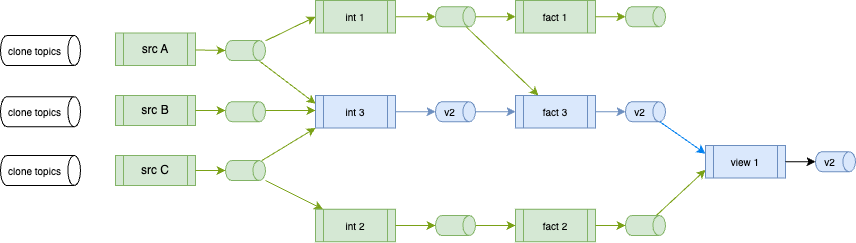
Above: docs/images/bg_2_3.drawio.png in jbcodeforce/shift_left_utils (draw.io), before the change. Source tidied: cells renumbered, new cells last; positions are measured from the earlier drawing's top-left corner, leaving out a move shared by most shapes.
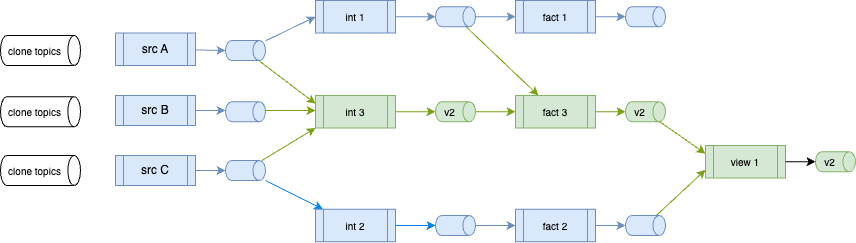
The same file after the commit.

What changed in the source:
```diff
@@ -2,43 +2,43 @@
   <root>
     <mxCell id="0" />
     <mxCell id="1" parent="0" />
-    <mxCell id="2" value="int 3" style="shape=process;whiteSpace=wrap;html=1;backgroundOutline=1;fillColor=#dae8fc;strokeColor=#6c8ebf;fontSize=10;" parent="1" vertex="1">
+    <mxCell id="2" value="int 3" style="shape=process;whiteSpace=wrap;html=1;backgroundOutline=1;fillColor=#d5e8d4;strokeColor=#82b366;fontSize=10;" parent="1" vertex="1">
       <mxGeometry x="290" y="99" width="80" height="32.5" as="geometry" />
     </mxCell>
     <mxCell id="3" style="edgeStyle=none;html=1;entryX=0;entryY=1;entryDx=0;entryDy=0;strokeColor=#7AA116;" parent="1" edge="1" source="5" target="2">
       <mxGeometry relative="1" as="geometry" />
     </mxCell>
-    <mxCell id="4" style="edgeStyle=none;html=1;strokeColor=#7AA116;" parent="1" edge="1" source="5" target="38">
+    <mxCell id="4" style="edgeStyle=none;html=1;strokeColor=#0080F0;" parent="1" edge="1" source="5" target="38">
       <mxGeometry relative="1" as="geometry" />
     </mxCell>
-    <mxCell id="5" style="shape=cylinder3;whiteSpace=wrap;html=1;boundedLbl=1;backgroundOutline=1;size=6.3255615234375;rotation=90;fillColor=#d5e8d4;strokeColor=#82b366;" parent="1" vertex="1">
+    <mxCell id="5" style="shape=cylinder3;whiteSpace=wrap;html=1;boundedLbl=1;backgroundOutline=1;size=6.3255615234375;rotation=90;fillColor=#dae8fc;strokeColor=#6c8ebf;" parent="1" vertex="1">
       <mxGeometry x="210" y="154" width="20" height="40" as="geometry" />
     </mxCell>
-    <mxCell id="6" value="src A" style="shape=process;whiteSpace=wrap;html=1;backgroundOutline=1;fillColor=#d5e8d4;strokeColor=#82b366;" parent="1" vertex="1">
+    <mxCell id="6" value="src A" style="shape=process;whiteSpace=wrap;html=1;backgroundOutline=1;fillColor=#dae8fc;strokeColor=#6c8ebf;" parent="1" vertex="1">
       <mxGeometry x="90" y="36.5" width="80" height="32.5" as="geometry" />
     </mxCell>
-    <mxCell id="7" value="src B" style="shape=process;whiteSpace=wrap;html=1;backgroundOutline=1;fillColor=#d5e8d4;strokeColor=#82b366;" parent="1" vertex="1">
+    <mxCell id="7" value="src B" style="shape=process;whiteSpace=wrap;html=1;backgroundOutline=1;fillColor=#dae8fc;strokeColor=#6c8ebf;" parent="1" vertex="1">
       <mxGeometry x="90" y="99" width="80" height="30" as="geometry" />
     </mxCell>
-    <mxCell id="8" value="fact 2" style="shape=process;whiteSpace=wrap;html=1;backgroundOutline=1;fillColor=#d5e8d4;strokeColor=#82b366;fontSize=10;" parent="1" vertex="1">
+    <mxCell id="8" value="fact 2" style="shape=process;whiteSpace=wrap;html=1;backgroundOutline=1;fillColor=#dae8fc;strokeColor=#6c8ebf;fontSize=10;" parent="1" vertex="1">
       <mxGeometry x="490" y="212.8" width="80" height="32.5" as="geometry" />
     </mxCell>
-    <mxCell id="9" value="fact 3" style="shape=process;whiteSpace=wrap;html=1;backgroundOutline=1;fillColor=#dae8fc;strokeColor=#6c8ebf;fontSize=10;" parent="1" vertex="1">
+    <mxCell id="9" value="fact 3" style="shape=process;whiteSpace=wrap;html=1;backgroundOutline=1;fillColor=#d5e8d4;strokeColor=#82b366;fontSize=10;" parent="1" vertex="1">
       <mxGeometry x="490" y="99" width="80" height="32.5" as="geometry" />
     </mxCell>
-    <mxCell id="10" style="edgeStyle=none;html=1;strokeColor=#7AA116;" parent="1" edge="1" source="11" target="8">
+    <mxCell id="10" style="edgeStyle=none;html=1;strokeColor=#6c8ebf;fillColor=#dae8fc;" parent="1" edge="1" source="11" target="8">
       <mxGeometry relative="1" as="geometry" />
     </mxCell>
-    <mxCell id="11" style="shape=cylinder3;whiteSpace=wrap;html=1;boundedLbl=1;backgroundOutline=1;size=6.3255615234375;rotation=90;fillColor=#d5e8d4;strokeColor=#82b366;" parent="1" vertex="1">
+    <mxCell id="11" style="shape=cylinder3;whiteSpace=wrap;html=1;boundedLbl=1;backgroundOutline=1;size=6.3255615234375;rotation=90;fillColor=#dae8fc;strokeColor=#6c8ebf;" parent="1" vertex="1">
       <mxGeometry x="420" y="209" width="20" height="40" as="geometry" />
     </mxCell>
     <mxCell id="12" style="edgeStyle=none;html=1;entryX=0;entryY=0.75;entryDx=0;entryDy=0;strokeColor=#7AA116;" parent="1" edge="1" source="13" target="42">
       <mxGeometry relative="1" as="geometry" />
     </mxCell>
-    <mxCell id="13" style="shape=cylinder3;whiteSpace=wrap;html=1;boundedLbl=1;backgroundOutline=1;size=6.3255615234375;rotation=90;fillColor=#d5e8d4;strokeColor=#82b366;" parent="1" vertex="1">
+    <mxCell id="13" style="shape=cylinder3;whiteSpace=wrap;html=1;boundedLbl=1;backgroundOutline=1;size=6.3255615234375;rotation=90;fillColor=#dae8fc;strokeColor=#6c8ebf;" parent="1" vertex="1">
       <mxGeometry x="610" y="209" width="20" height="40" as="geometry" />
     </mxCell>
-    <mxCell id="14" value="v2" style="shape=cylinder3;whiteSpace=wrap;html=1;boundedLbl=1;backgroundOutline=1;size=6.3255615234375;rotation=90;fillColor=#dae8fc;strokeColor=#6c8ebf;horizontal=0;fontSize=10;" parent="1" vertex="1">
+    <mxCell id="14" value="v2" style="shape=cylinder3;whiteSpace=wrap;html=1;boundedLbl=1;backgroundOutline=1;size=6.3255615234375;rotation=90;fillColor=#d5e8d4;strokeColor=#82b366;horizontal=0;fontSize=10;" parent="1" vertex="1">
       <mxGeometry x="610" y="95.2" width="20" height="40" as="geometry" />
     </mxCell>
     <mxCell id="15" style="edgeStyle=none;html=1;fillColor=#dae8fc;strokeColor=#7AA116;" parent="1" edge="1">
@@ -47,48 +47,48 @@
         <mxPoint x="290" y="114" as="targetPoint" />
       </mxGeometry>
     </mxCell>
-    <mxCell id="16" style="edgeStyle=none;html=1;strokeColor=#7AA116;" parent="1" edge="1" source="17" target="24">
+    <mxCell id="16" style="edgeStyle=none;html=1;strokeColor=#6c8ebf;fillColor=#dae8fc;" parent="1" edge="1" source="17" target="24">
       <mxGeometry relative="1" as="geometry" />
     </mxCell>
-    <mxCell id="17" value="int 1" style="shape=process;whiteSpace=wrap;html=1;backgroundOutline=1;fillColor=#d5e8d4;strokeColor=#82b366;fontSize=10;" parent="1" vertex="1">
+    <mxCell id="17" value="int 1" style="shape=process;whiteSpace=wrap;html=1;backgroundOutline=1;fillColor=#dae8fc;strokeColor=#6c8ebf;fontSize=10;" parent="1" vertex="1">
       <mxGeometry x="290" y="4" width="80" height="32.5" as="geometry" />
     </mxCell>
     <mxCell id="18" style="edgeStyle=none;html=1;entryX=0;entryY=0.25;entryDx=0;entryDy=0;strokeColor=#7AA116;" parent="1" edge="1" source="20" target="2">
       <mxGeometry relative="1" as="geometry" />
     </mxCell>
-    <mxCell id="19" style="edgeStyle=none;html=1;entryX=0;entryY=0.5;entryDx=0;entryDy=0;strokeColor=#7AA116;" parent="1" edge="1" source="20" target="17">
+    <mxCell id="19" style="edgeStyle=none;html=1;entryX=0;entryY=0.5;entryDx=0;entryDy=0;strokeColor=#6c8ebf;fillColor=#dae8fc;" parent="1" edge="1" source="20" target="17">
       <mxGeometry relative="1" as="geometry" />
     </mxCell>
-    <mxCell id="20" style="shape=cylinder3;whiteSpace=wrap;html=1;boundedLbl=1;backgroundOutline=1;size=6.3255615234375;rotation=90;fillColor=#d5e8d4;strokeColor=#82b366;" parent="1" vertex="1">
+    <mxCell id="20" style="shape=cylinder3;whiteSpace=wrap;html=1;boundedLbl=1;backgroundOutline=1;size=6.3255615234375;rotation=90;fillColor=#dae8fc;strokeColor=#6c8ebf;" parent="1" vertex="1">
       <mxGeometry x="210" y="34" width="20" height="40" as="geometry" />
     </mxCell>
-    <mxCell id="21" value="fact 1" style="shape=process;whiteSpace=wrap;html=1;backgroundOutline=1;fillColor=#d5e8d4;strokeColor=#82b366;fontSize=10;" parent="1" vertex="1">
+    <mxCell id="21" value="fact 1" style="shape=process;whiteSpace=wrap;html=1;backgroundOutline=1;fillColor=#dae8fc;strokeColor=#6c8ebf;fontSize=10;" parent="1" vertex="1">
       <mxGeometry x="490" y="4" width="80" height="32.5" as="geometry" />
     </mxCell>
     <mxCell id="22" style="edgeStyle=none;html=1;strokeColor=#7AA116;" parent="1" edge="1" source="24" target="9">
       <mxGeometry relative="1" as="geometry" />
     </mxCell>
-    <mxCell id="23" style="edgeStyle=none;html=1;entryX=0;entryY=0.5;entryDx=0;entryDy=0;strokeColor=#7AA116;" parent="1" edge="1" source="24" target="21">
+    <mxCell id="23" style="edgeStyle=none;html=1;entryX=0;entryY=0.5;entryDx=0;entryDy=0;strokeColor=#6c8ebf;fillColor=#dae8fc;" parent="1" edge="1" source="24" target="21">
       <mxGeometry relative="1" as="geometry" />
     </mxCell>
-    <mxCell id="24" style="shape=cylinder3;whiteSpace=wrap;html=1;boundedLbl=1;backgroundOutline=1;size=6.3255615234375;rotation=90;fillColor=#d5e8d4;strokeColor=#82b366;" parent="1" vertex="1">
+    <mxCell id="24" style="shape=cylinder3;whiteSpace=wrap;html=1;boundedLbl=1;backgroundOutline=1;size=6.3255615234375;rotation=90;fillColor=#dae8fc;strokeColor=#6c8ebf;" parent="1" vertex="1">
       <mxGeometry x="420" y="0.2" width="20" height="40" as="geometry" />
     </mxCell>
-    <mxCell id="25" style="shape=cylinder3;whiteSpace=wrap;html=1;boundedLbl=1;backgroundOutline=1;size=6.3255615234375;rotation=90;fillColor=#d5e8d4;strokeColor=#82b366;" parent="1" vertex="1">
+    <mxCell id="25" style="shape=cylinder3;whiteSpace=wrap;html=1;boundedLbl=1;backgroundOutline=1;size=6.3255615234375;rotation=90;fillColor=#dae8fc;strokeColor=#6c8ebf;" parent="1" vertex="1">
       <mxGeometry x="610" y="0.2" width="20" height="40" as="geometry" />
     </mxCell>
-    <mxCell id="26" value="src C" style="shape=process;whiteSpace=wrap;html=1;backgroundOutline=1;fillColor=#d5e8d4;strokeColor=#82b366;" parent="1" vertex="1">
+    <mxCell id="26" value="src C" style="shape=process;whiteSpace=wrap;html=1;backgroundOutline=1;fillColor=#dae8fc;strokeColor=#6c8ebf;" parent="1" vertex="1">
       <mxGeometry x="90" y="159" width="80" height="30" as="geometry" />
     </mxCell>
-    <mxCell id="27" style="edgeStyle=none;html=1;entryX=0.5;entryY=1;entryDx=0;entryDy=0;entryPerimeter=0;fillColor=#dae8fc;strokeColor=#7AA116;" parent="1" edge="1" source="7">
+    <mxCell id="27" style="edgeStyle=none;html=1;entryX=0.5;entryY=1;entryDx=0;entryDy=0;entryPerimeter=0;fillColor=#dae8fc;strokeColor=#6c8ebf;" parent="1" edge="1" source="7">
       <mxGeometry relative="1" as="geometry">
         <mxPoint x="200" y="114" as="targetPoint" />
       </mxGeometry>
     </mxCell>
-    <mxCell id="28" style="edgeStyle=none;html=1;entryX=0.5;entryY=1;entryDx=0;entryDy=0;entryPerimeter=0;strokeColor=#7AA116;" parent="1" edge="1" source="6" target="20">
+    <mxCell id="28" style="edgeStyle=none;html=1;entryX=0.5;entryY=1;entryDx=0;entryDy=0;entryPerimeter=0;strokeColor=#6c8ebf;fillColor=#dae8fc;" parent="1" edge="1" source="6" target="20">
       <mxGeometry relative="1" as="geometry" />
     </mxCell>
-    <mxCell id="29" style="edgeStyle=none;html=1;entryX=0.5;entryY=1;entryDx=0;entryDy=0;entryPerimeter=0;strokeColor=#7AA116;" parent="1" edge="1" source="26" target="5">
+    <mxCell id="29" style="edgeStyle=none;html=1;entryX=0.5;entryY=1;entryDx=0;entryDy=0;entryPerimeter=0;strokeColor=#6c8ebf;fillColor=#dae8fc;" parent="1" edge="1" source="26" target="5">
       <mxGeometry relative="1" as="geometry" />
     </mxCell>
     <mxCell id="30" value="clone topics" style="shape=cylinder3;whiteSpace=wrap;html=1;boundedLbl=1;backgroundOutline=1;size=6.3255615234375;rotation=90;horizontal=0;fontSize=10;" parent="1" vertex="1">
@@ -100,40 +100,40 @@
     <mxCell id="32" value="clone topics" style="shape=cylinder3;whiteSpace=wrap;html=1;boundedLbl=1;backgroundOutline=1;size=6.3255615234375;rotation=90;horizontal=0;fontSize=10;" parent="1" vertex="1">
       <mxGeometry y="134" width="30" height="80" as="geometry" />
     </mxCell>
-    <mxCell id="33" style="edgeStyle=none;html=1;fillColor=#dae8fc;strokeColor=#6c8ebf;" parent="1" edge="1" source="34" target="9">
+    <mxCell id="33" style="edgeStyle=none;html=1;fillColor=#dae8fc;strokeColor=#7AA116;" parent="1" edge="1" source="34" target="9">
       <mxGeometry relative="1" as="geometry" />
     </mxCell>
-    <mxCell id="34" value="v2" style="shape=cylinder3;whiteSpace=wrap;html=1;boundedLbl=1;backgroundOutline=1;size=6.3255615234375;rotation=90;fillColor=#dae8fc;strokeColor=#6c8ebf;fontSize=10;horizontal=0;" parent="1" vertex="1">
+    <mxCell id="34" value="v2" style="shape=cylinder3;whiteSpace=wrap;html=1;boundedLbl=1;backgroundOutline=1;size=6.3255615234375;rotation=90;fillColor=#d5e8d4;strokeColor=#82b366;fontSize=10;horizontal=0;" parent="1" vertex="1">
       <mxGeometry x="420" y="95.2" width="20" height="40" as="geometry" />
     </mxCell>
-    <mxCell id="35" style="edgeStyle=none;html=1;entryX=0.5;entryY=1;entryDx=0;entryDy=0;entryPerimeter=0;fillColor=#dae8fc;strokeColor=#6c8ebf;" parent="1" edge="1" source="2" target="34">
+    <mxCell id="35" style="edgeStyle=none;html=1;entryX=0.5;entryY=1;entryDx=0;entryDy=0;entryPerimeter=0;fillColor=#dae8fc;strokeColor=#7AA116;" parent="1" edge="1" source="2" target="34">
       <mxGeometry relative="1" as="geometry" />
     </mxCell>
-    <mxCell id="36" style="edgeStyle=none;html=1;entryX=0.5;entryY=1;entryDx=0;entryDy=0;entryPerimeter=0;fillColor=#dae8fc;strokeColor=#6c8ebf;" parent="1" edge="1" source="9" target="14">
+    <mxCell id="36" style="edgeStyle=none;html=1;entryX=0.5;entryY=1;entryDx=0;entryDy=0;entryPerimeter=0;fillColor=#dae8fc;strokeColor=#7AA116;" parent="1" edge="1" source="9" target="14">
       <mxGeometry relative="1" as="geometry" />
     </mxCell>
-    <mxCell id="37" style="edgeStyle=none;html=1;entryX=0.5;entryY=1;entryDx=0;entryDy=0;entryPerimeter=0;strokeColor=#7AA116;" parent="1" edge="1" source="21" target="25">
+    <mxCell id="37" style="edgeStyle=none;html=1;entryX=0.5;entryY=1;entryDx=0;entryDy=0;entryPerimeter=0;strokeColor=#6c8ebf;fillColor=#dae8fc;" parent="1" edge="1" source="21" target="25">
       <mxGeometry relative="1" as="geometry" />
     </mxCell>
-    <mxCell id="38" value="int 2" style="shape=process;whiteSpace=wrap;html=1;backgroundOutline=1;fillColor=#d5e8d4;strokeColor=#82b366;fontSize=10;" parent="1" vertex="1">
+    <mxCell id="38" value="int 2" style="shape=process;whiteSpace=wrap;html=1;backgroundOutline=1;fillColor=#dae8fc;strokeColor=#6c8ebf;fontSize=10;" parent="1" vertex="1">
       <mxGeometry x="290" y="212.8" width="80" height="32.5" as="geometry" />
     </mxCell>
-    <mxCell id="39" style="edgeStyle=none;html=1;entryX=0.5;entryY=1;entryDx=0;entryDy=0;entryPerimeter=0;strokeColor=#7AA116;" parent="1" edge="1" source="38" target="11">
+    <mxCell id="39" style="edgeStyle=none;html=1;entryX=0.5;entryY=1;entryDx=0;entryDy=0;entryPerimeter=0;strokeColor=#0080F0;fillColor=#dae8fc;" parent="1" edge="1" source="38" target="11">
       <mxGeometry relative="1" as="geometry" />
     </mxCell>
-    <mxCell id="40" style="edgeStyle=none;html=1;entryX=0.5;entryY=1;entryDx=0;entryDy=0;entryPerimeter=0;strokeColor=#7AA116;" parent="1" edge="1" source="8" target="13">
+    <mxCell id="40" style="edgeStyle=none;html=1;entryX=0.5;entryY=1;entryDx=0;entryDy=0;entryPerimeter=0;strokeColor=#6c8ebf;fillColor=#dae8fc;" parent="1" edge="1" source="8" target="13">
       <mxGeometry relative="1" as="geometry" />
     </mxCell>
-    <mxCell id="41" style="shape=cylinder3;whiteSpace=wrap;html=1;boundedLbl=1;backgroundOutline=1;size=6.3255615234375;rotation=90;fillColor=#d5e8d4;strokeColor=#82b366;" parent="1" vertex="1">
+    <mxCell id="41" style="shape=cylinder3;whiteSpace=wrap;html=1;boundedLbl=1;backgroundOutline=1;size=6.3255615234375;rotation=90;fillColor=#dae8fc;strokeColor=#6c8ebf;" parent="1" vertex="1">
       <mxGeometry x="210" y="95.2" width="20" height="40" as="geometry" />
     </mxCell>
-    <mxCell id="42" value="view 1" style="shape=process;whiteSpace=wrap;html=1;backgroundOutline=1;fillColor=#dae8fc;strokeColor=#6c8ebf;fontSize=10;" parent="1" vertex="1">
+    <mxCell id="42" value="view 1" style="shape=process;whiteSpace=wrap;html=1;backgroundOutline=1;fillColor=#d5e8d4;strokeColor=#82b366;fontSize=10;" parent="1" vertex="1">
       <mxGeometry x="680" y="149" width="80" height="32.5" as="geometry" />
     </mxCell>
-    <mxCell id="43" style="edgeStyle=none;html=1;entryX=0;entryY=0.25;entryDx=0;entryDy=0;strokeColor=#0080F0;" parent="1" edge="1" source="14" target="42">
+    <mxCell id="43" style="edgeStyle=none;html=1;entryX=0;entryY=0.25;entryDx=0;entryDy=0;strokeColor=#7AA116;" parent="1" edge="1" source="14" target="42">
       <mxGeometry relative="1" as="geometry" />
     </mxCell>
-    <mxCell id="44" value="v2" style="shape=cylinder3;whiteSpace=wrap;html=1;boundedLbl=1;backgroundOutline=1;size=6.3255615234375;rotation=90;fillColor=#dae8fc;strokeColor=#6c8ebf;horizontal=0;fontSize=10;" parent="1" vertex="1">
+    <mxCell id="44" value="v2" style="shape=cylinder3;whiteSpace=wrap;html=1;boundedLbl=1;backgroundOutline=1;size=6.3255615234375;rotation=90;fillColor=#d5e8d4;strokeColor=#82b366;horizontal=0;fontSize=10;" parent="1" vertex="1">
       <mxGeometry x="800" y="145.2" width="20" height="40" as="geometry" />
     </mxCell>
     <mxCell id="45" style="edgeStyle=none;html=1;entryX=0.5;entryY=1;entryDx=0;entryDy=0;entryPerimeter=0;" parent="1" edge="1" source="42" target="44">
```
